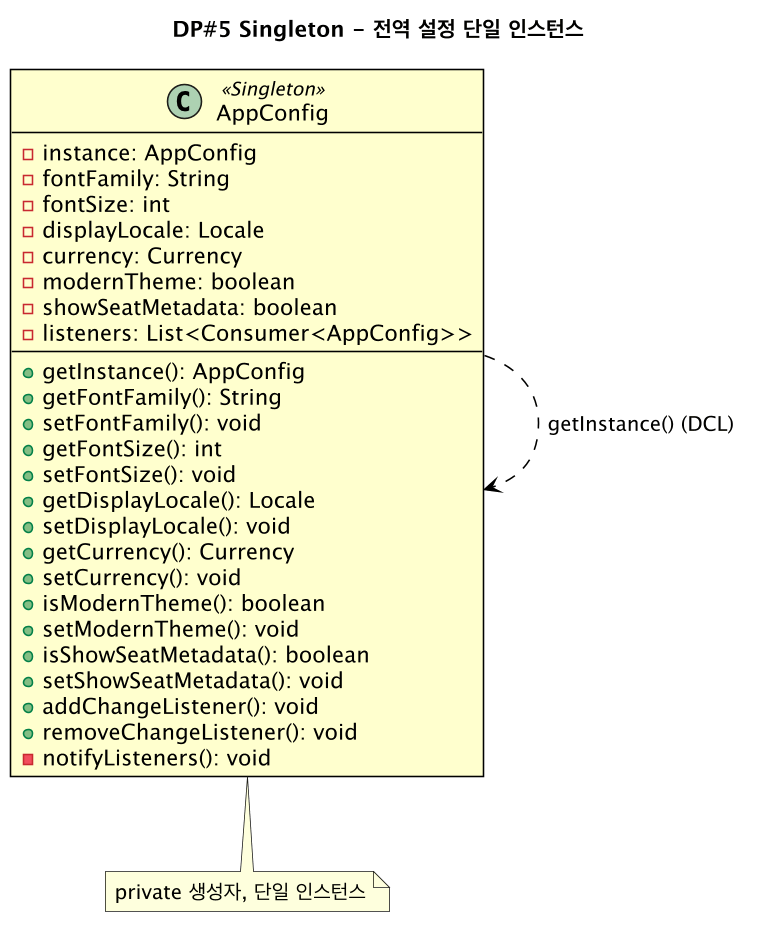
Above: docs/diagrams/iter4-puml/dp5-singleton.png in gimjungwook/KoreanAirReservationDomain (PlantUML), before the change. Its diagram source:
```plantuml
@startuml dp5-singleton
!include _style.puml
title DP#5 Singleton - 전역 설정 단일 인스턴스
class AppConfig <<Singleton>> {
  -instance: AppConfig
  -fontFamily: String
  -fontSize: int
  -displayLocale: Locale
  -currency: Currency
  -modernTheme: boolean
  -showSeatMetadata: boolean
  -listeners: List<Consumer<AppConfig>>
  --
  +getInstance(): AppConfig
  +getFontFamily(): String
  +setFontFamily(): void
  +getFontSize(): int
  +setFontSize(): void
  +getDisplayLocale(): Locale
  +setDisplayLocale(): void
  +getCurrency(): Currency
  +setCurrency(): void
  +isModernTheme(): boolean
  +setModernTheme(): void
  +isShowSeatMetadata(): boolean
  +setShowSeatMetadata(): void
  +addChangeListener(): void
  +removeChangeListener(): void
  -notifyListeners(): void
}
AppConfig ..> AppConfig : getInstance() (DCL)
note bottom of AppConfig : private 생성자, 단일 인스턴스
@enduml
```
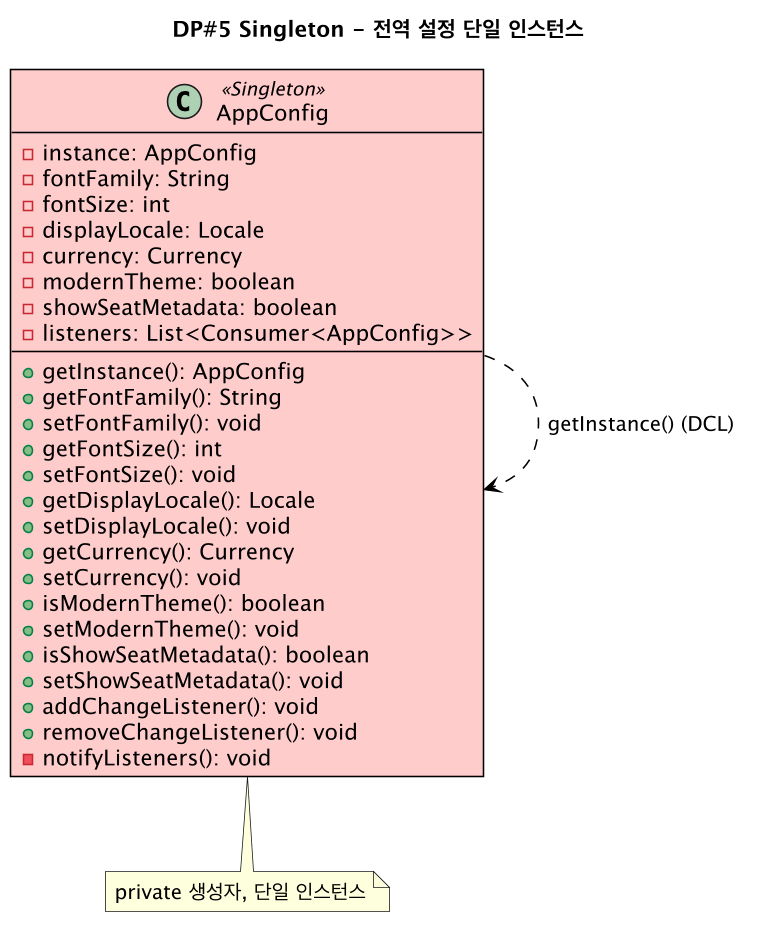
Later version of the same file.

The edit, as a diff of the source:
```diff
@@ -1,7 +1,7 @@
 @startuml dp5-singleton
 !include _style.puml
 title DP#5 Singleton - 전역 설정 단일 인스턴스
-class AppConfig <<Singleton>> {
+class AppConfig <<Singleton>> #FFCCCC {
   -instance: AppConfig
   -fontFamily: String
   -fontSize: int
```
